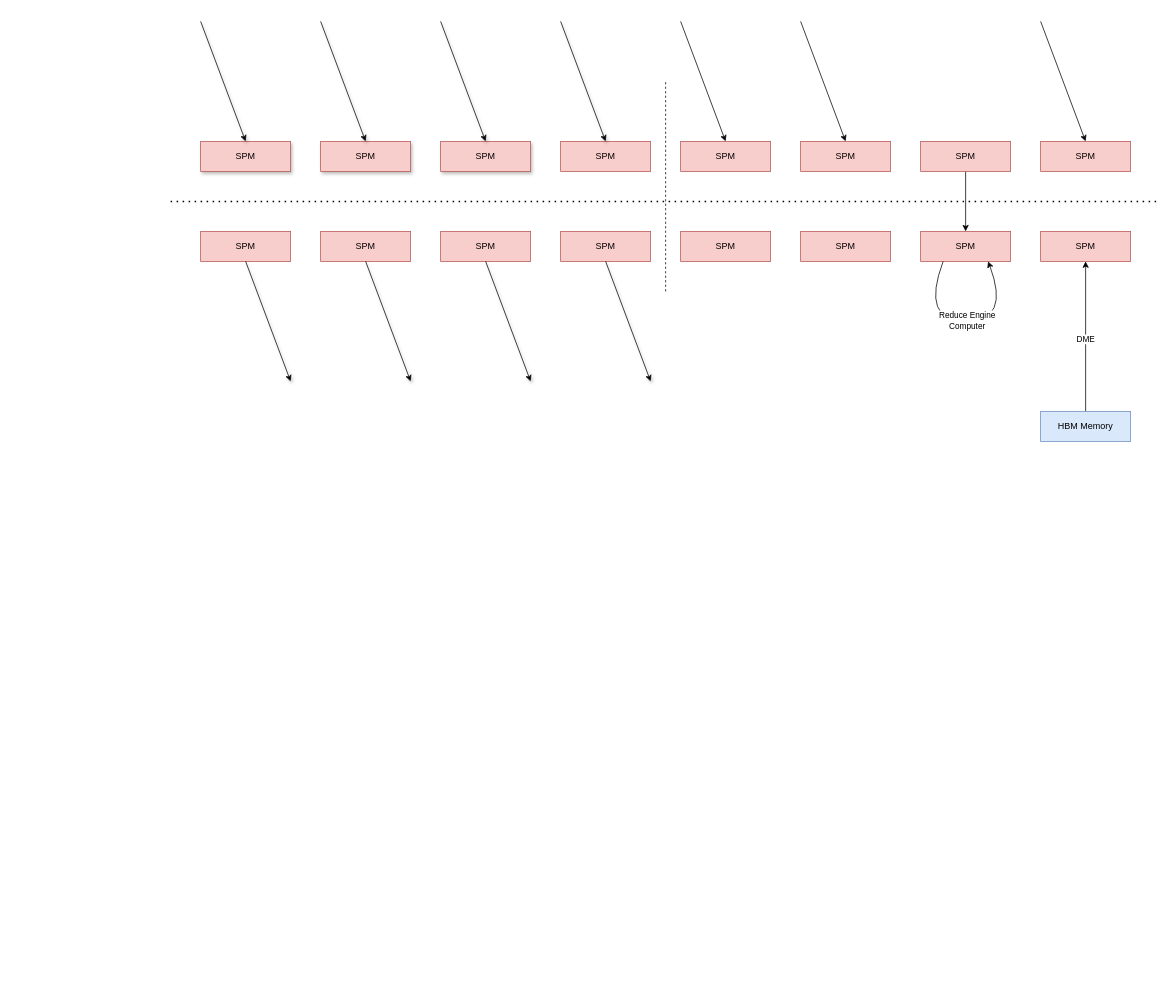
Above: SPM_memory_op.drawio in BEYHHH/SBLP (draw.io), before the change. Source tidied: cells renumbered, new cells numbered last; positions are measured from the earlier drawing's top-left corner, leaving out a move shared by most shapes. Both pictures are drawn from the tidied source at 75%, with x=0, y=0 at pixel (170, 21).
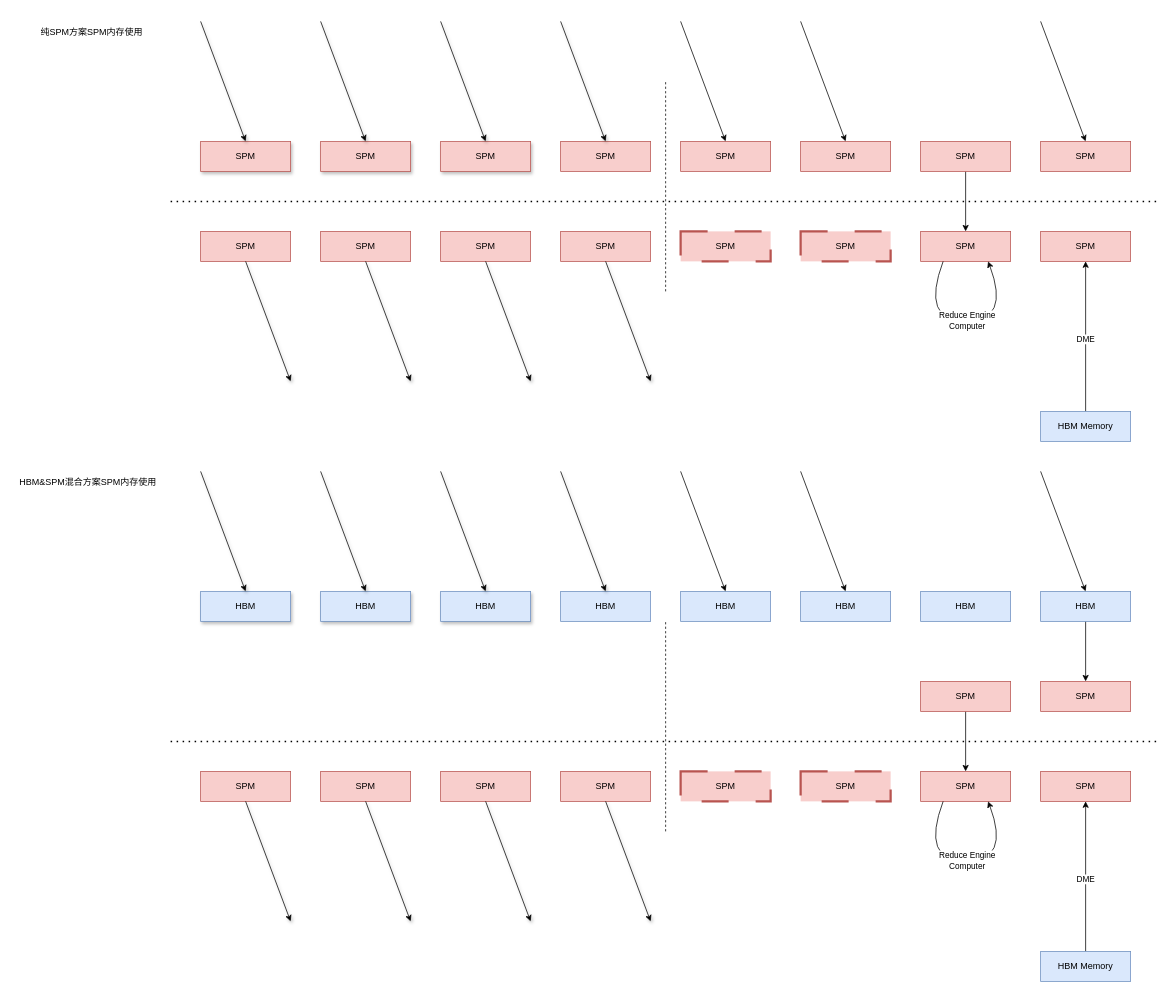
After the change.

What changed in the source:
```diff
@@
-    <mxCell id="15" value="SPM" style="rounded=0;whiteSpace=wrap;html=1;fillColor=#f8cecc;strokeColor=#b85450;" parent="1" vertex="1">
+    <mxCell id="15" value="SPM" style="rounded=0;whiteSpace=wrap;html=1;fillColor=#f8cecc;strokeColor=#b85450;dashed=1;dashPattern=12 12;strokeWidth=3;" parent="1" vertex="1">
       <mxGeometry x="680" y="280" width="120" height="40" as="geometry" />
     </mxCell>
-    <mxCell id="16" value="SPM" style="rounded=0;whiteSpace=wrap;html=1;fillColor=#f8cecc;strokeColor=#b85450;" parent="1" vertex="1">
+    <mxCell id="16" value="SPM" style="rounded=0;whiteSpace=wrap;html=1;fillColor=#f8cecc;strokeColor=#b85450;dashed=1;dashPattern=12 12;strokeWidth=3;" parent="1" vertex="1">
       <mxGeometry x="840" y="280" width="120" height="40" as="geometry" />
     </mxCell>
@@
+    <mxCell id="37" value="HBM" style="rounded=0;whiteSpace=wrap;html=1;fillColor=#dae8fc;strokeColor=#6c8ebf;shadow=1;" parent="1" vertex="1">
+      <mxGeometry x="40" y="760" width="120" height="40" as="geometry" />
+    </mxCell>
+    <mxCell id="38" value="HBM" style="rounded=0;whiteSpace=wrap;html=1;fillColor=#dae8fc;strokeColor=#6c8ebf;shadow=1;" parent="1" vertex="1">
+      <mxGeometry x="200" y="760" width="120" height="40" as="geometry" />
+    </mxCell>
+    <mxCell id="39" value="HBM" style="rounded=0;whiteSpace=wrap;html=1;fillColor=#dae8fc;strokeColor=#6c8ebf;shadow=1;" parent="1" vertex="1">
+      <mxGeometry x="360" y="760" width="120" height="40" as="geometry" />
+    </mxCell>
+    <mxCell id="40" value="HBM" style="rounded=0;whiteSpace=wrap;html=1;fillColor=#dae8fc;strokeColor=#6c8ebf;" parent="1" vertex="1">
+      <mxGeometry x="520" y="760" width="120" height="40" as="geometry" />
+    </mxCell>
+    <mxCell id="41" value="HBM" style="rounded=0;whiteSpace=wrap;html=1;fillColor=#dae8fc;strokeColor=#6c8ebf;" parent="1" vertex="1">
+      <mxGeometry x="680" y="760" width="120" height="40" as="geometry" />
+    </mxCell>
+    <mxCell id="42" value="HBM" style="rounded=0;whiteSpace=wrap;html=1;fillColor=#dae8fc;strokeColor=#6c8ebf;" parent="1" vertex="1">
+      <mxGeometry x="840" y="760" width="120" height="40" as="geometry" />
+    </mxCell>
+    <mxCell id="43" style="edgeStyle=orthogonalEdgeStyle;rounded=0;jettySize=auto;html=1;exitX=0.5;exitY=1;exitDx=0;exitDy=0;" parent="1" edge="1" source="73" target="53">
+      <mxGeometry relative="1" as="geometry" />
+    </mxCell>
+    <mxCell id="44" value="HBM" style="rounded=0;whiteSpace=wrap;html=1;fillColor=#dae8fc;strokeColor=#6c8ebf;" parent="1" vertex="1">
+      <mxGeometry x="1000" y="760" width="120" height="40" as="geometry" />
+    </mxCell>
+    <mxCell id="45" style="edgeStyle=orthogonalEdgeStyle;rounded=0;jettySize=auto;html=1;" parent="1" edge="1" source="46" target="74">
+      <mxGeometry relative="1" as="geometry" />
+    </mxCell>
+    <mxCell id="46" value="HBM" style="rounded=0;whiteSpace=wrap;html=1;fillColor=#dae8fc;strokeColor=#6c8ebf;" parent="1" vertex="1">
+      <mxGeometry x="1160" y="760" width="120" height="40" as="geometry" />
+    </mxCell>
+    <mxCell id="47" value="SPM" style="rounded=0;whiteSpace=wrap;html=1;fillColor=#f8cecc;strokeColor=#b85450;" parent="1" vertex="1">
+      <mxGeometry x="40" y="1000" width="120" height="40" as="geometry" />
+    </mxCell>
+    <mxCell id="48" value="SPM" style="rounded=0;whiteSpace=wrap;html=1;fillColor=#f8cecc;strokeColor=#b85450;" parent="1" vertex="1">
+      <mxGeometry x="200" y="1000" width="120" height="40" as="geometry" />
+    </mxCell>
+    <mxCell id="49" value="SPM" style="rounded=0;whiteSpace=wrap;html=1;fillColor=#f8cecc;strokeColor=#b85450;" parent="1" vertex="1">
+      <mxGeometry x="360" y="1000" width="120" height="40" as="geometry" />
+    </mxCell>
+    <mxCell id="50" value="SPM" style="rounded=0;whiteSpace=wrap;html=1;fillColor=#f8cecc;strokeColor=#b85450;" parent="1" vertex="1">
+      <mxGeometry x="520" y="1000" width="120" height="40" as="geometry" />
+    </mxCell>
+    <mxCell id="51" value="SPM" style="rounded=0;whiteSpace=wrap;html=1;fillColor=#f8cecc;strokeColor=#b85450;dashed=1;dashPattern=12 12;strokeWidth=3;" parent="1" vertex="1">
+      <mxGeometry x="680" y="1000" width="120" height="40" as="geometry" />
+    </mxCell>
+    <mxCell id="52" value="SPM" style="rounded=0;whiteSpace=wrap;html=1;fillColor=#f8cecc;strokeColor=#b85450;dashed=1;dashPattern=12 12;strokeWidth=3;" parent="1" vertex="1">
+      <mxGeometry x="840" y="1000" width="120" height="40" as="geometry" />
+    </mxCell>
+    <mxCell id="53" value="SPM" style="rounded=0;whiteSpace=wrap;html=1;fillColor=#f8cecc;strokeColor=#b85450;" parent="1" vertex="1">
+      <mxGeometry x="1000" y="1000" width="120" height="40" as="geometry" />
+    </mxCell>
+    <mxCell id="54" value="SPM" style="rounded=0;whiteSpace=wrap;html=1;fillColor=#f8cecc;strokeColor=#b85450;" parent="1" vertex="1">
+      <mxGeometry x="1160" y="1000" width="120" height="40" as="geometry" />
+    </mxCell>
+    <mxCell id="55" style="endArrow=none;dashed=1;html=1;dashPattern=1 3;strokeWidth=2;rounded=0;" parent="1" edge="1">
+      <mxGeometry relative="1" as="geometry">
+        <mxPoint y="960" as="sourcePoint" />
+        <mxPoint x="1320" y="960" as="targetPoint" />
+      </mxGeometry>
+    </mxCell>
+    <mxCell id="56" style="endArrow=none;dashed=1;html=1;rounded=0;" parent="1" edge="1">
+      <mxGeometry relative="1" as="geometry">
+        <mxPoint x="660" y="1080" as="sourcePoint" />
+        <mxPoint x="660" y="800" as="targetPoint" />
+      </mxGeometry>
+    </mxCell>
+    <mxCell id="57" style="endArrow=classic;html=1;rounded=0;entryX=0.5;entryY=0;entryDx=0;entryDy=0;shadow=1;" parent="1" edge="1" target="40">
+      <mxGeometry relative="1" as="geometry">
+        <mxPoint x="520" y="600" as="sourcePoint" />
+      </mxGeometry>
+    </mxCell>
+    <mxCell id="58" style="endArrow=classic;html=1;rounded=0;entryX=0.5;entryY=0;entryDx=0;entryDy=0;shadow=1;" parent="1" edge="1">
+      <mxGeometry relative="1" as="geometry">
+        <mxPoint x="360" y="600" as="sourcePoint" />
+        <mxPoint x="420" y="760" as="targetPoint" />
+      </mxGeometry>
+    </mxCell>
+    <mxCell id="59" style="endArrow=classic;html=1;rounded=0;entryX=0.5;entryY=0;entryDx=0;entryDy=0;shadow=1;" parent="1" edge="1">
+      <mxGeometry relative="1" as="geometry">
+        <mxPoint x="200" y="600" as="sourcePoint" />
+        <mxPoint x="260" y="760" as="targetPoint" />
+      </mxGeometry>
+    </mxCell>
+    <mxCell id="60" style="endArrow=classic;html=1;rounded=0;entryX=0.5;entryY=0;entryDx=0;entryDy=0;shadow=1;" parent="1" edge="1">
+      <mxGeometry relative="1" as="geometry">
+        <mxPoint x="40" y="600" as="sourcePoint" />
+        <mxPoint x="100" y="760" as="targetPoint" />
+      </mxGeometry>
+    </mxCell>
+    <mxCell id="61" style="endArrow=classic;html=1;rounded=0;entryX=0.5;entryY=0;entryDx=0;entryDy=0;" parent="1" edge="1">
+      <mxGeometry relative="1" as="geometry">
+        <mxPoint x="1160" y="600" as="sourcePoint" />
+        <mxPoint x="1220" y="760" as="targetPoint" />
+      </mxGeometry>
+    </mxCell>
+    <mxCell id="62" style="endArrow=classic;html=1;rounded=0;entryX=0.5;entryY=0;entryDx=0;entryDy=0;" parent="1" edge="1">
+      <mxGeometry relative="1" as="geometry">
+        <mxPoint x="840" y="600" as="sourcePoint" />
+        <mxPoint x="900" y="760" as="targetPoint" />
+      </mxGeometry>
+    </mxCell>
+    <mxCell id="63" style="endArrow=classic;html=1;rounded=0;entryX=0.5;entryY=0;entryDx=0;entryDy=0;" parent="1" edge="1">
+      <mxGeometry relative="1" as="geometry">
+        <mxPoint x="680" y="600" as="sourcePoint" />
+        <mxPoint x="740" y="760" as="targetPoint" />
+      </mxGeometry>
+    </mxCell>
+    <mxCell id="64" style="endArrow=classic;html=1;rounded=0;entryX=0.5;entryY=0;entryDx=0;entryDy=0;shadow=1;" parent="1" edge="1">
+      <mxGeometry relative="1" as="geometry">
+        <mxPoint x="580" y="1040" as="sourcePoint" />
+        <mxPoint x="640" y="1200" as="targetPoint" />
+      </mxGeometry>
+    </mxCell>
+    <mxCell id="65" style="endArrow=classic;html=1;rounded=0;entryX=0.5;entryY=0;entryDx=0;entryDy=0;shadow=1;" parent="1" edge="1">
+      <mxGeometry relative="1" as="geometry">
+        <mxPoint x="420" y="1040" as="sourcePoint" />
+        <mxPoint x="480" y="1200" as="targetPoint" />
+      </mxGeometry>
+    </mxCell>
+    <mxCell id="66" style="endArrow=classic;html=1;rounded=0;entryX=0.5;entryY=0;entryDx=0;entryDy=0;shadow=1;" parent="1" edge="1">
+      <mxGeometry relative="1" as="geometry">
+        <mxPoint x="260" y="1040" as="sourcePoint" />
+        <mxPoint x="320" y="1200" as="targetPoint" />
+      </mxGeometry>
+    </mxCell>
+    <mxCell id="67" style="endArrow=classic;html=1;rounded=0;entryX=0.5;entryY=0;entryDx=0;entryDy=0;shadow=1;" parent="1" edge="1">
+      <mxGeometry relative="1" as="geometry">
+        <mxPoint x="100" y="1040" as="sourcePoint" />
+        <mxPoint x="160" y="1200" as="targetPoint" />
+      </mxGeometry>
+    </mxCell>
+    <mxCell id="68" style="curved=1;endArrow=classic;html=1;rounded=0;exitX=0.25;exitY=1;exitDx=0;exitDy=0;entryX=0.75;entryY=1;entryDx=0;entryDy=0;" parent="1" edge="1" source="53" target="53">
+      <mxGeometry relative="1" as="geometry">
+        <Array as="points">
+          <mxPoint x="1000" y="1120" />
+          <mxPoint x="1120" y="1120" />
+        </Array>
+      </mxGeometry>
+    </mxCell>
+    <mxCell id="69" value="Reduce Engine&lt;div&gt;Computer&lt;/div&gt;" style="edgeLabel;html=1;align=center;verticalAlign=middle;" parent="68" vertex="1">
+      <mxGeometry x="0.01" y="3" relative="1" as="geometry">
+        <mxPoint y="1" as="offset" />
+      </mxGeometry>
+    </mxCell>
+    <mxCell id="70" style="endArrow=classic;html=1;rounded=0;entryX=0.5;entryY=1;entryDx=0;entryDy=0;" parent="1" edge="1" target="54">
+      <mxGeometry relative="1" as="geometry">
+        <mxPoint x="1220" y="1240" as="sourcePoint" />
+      </mxGeometry>
+    </mxCell>
+    <mxCell id="71" value="DME" style="edgeLabel;html=1;align=center;verticalAlign=middle;" parent="70" vertex="1">
+      <mxGeometry x="-0.03" relative="1" as="geometry">
+        <mxPoint x="-1" as="offset" />
+      </mxGeometry>
+    </mxCell>
+    <mxCell id="72" value="HBM Memory" style="rounded=0;whiteSpace=wrap;html=1;fillColor=#dae8fc;strokeColor=#6c8ebf;" parent="1" vertex="1">
+      <mxGeometry x="1160" y="1240" width="120" height="40" as="geometry" />
+    </mxCell>
+    <mxCell id="73" value="SPM" style="rounded=0;whiteSpace=wrap;html=1;fillColor=#f8cecc;strokeColor=#b85450;" parent="1" vertex="1">
+      <mxGeometry x="1000" y="880" width="120" height="40" as="geometry" />
+    </mxCell>
+    <mxCell id="74" value="SPM" style="rounded=0;whiteSpace=wrap;html=1;fillColor=#f8cecc;strokeColor=#b85450;" parent="1" vertex="1">
+      <mxGeometry x="1160" y="880" width="120" height="40" as="geometry" />
+    </mxCell>
+    <mxCell id="75" value="纯SPM方案SPM内存使用" style="text;html=1;align=center;verticalAlign=middle;whiteSpace=wrap;rounded=0;" parent="1" vertex="1">
+      <mxGeometry x="-190" width="170" height="30" as="geometry" />
+    </mxCell>
+    <mxCell id="76" value="HBM&amp;amp;SPM混合方案SPM内存使用" style="text;html=1;align=center;verticalAlign=middle;whiteSpace=wrap;rounded=0;" parent="1" vertex="1">
+      <mxGeometry x="-210" y="600" width="200" height="30" as="geometry" />
+    </mxCell>
```
